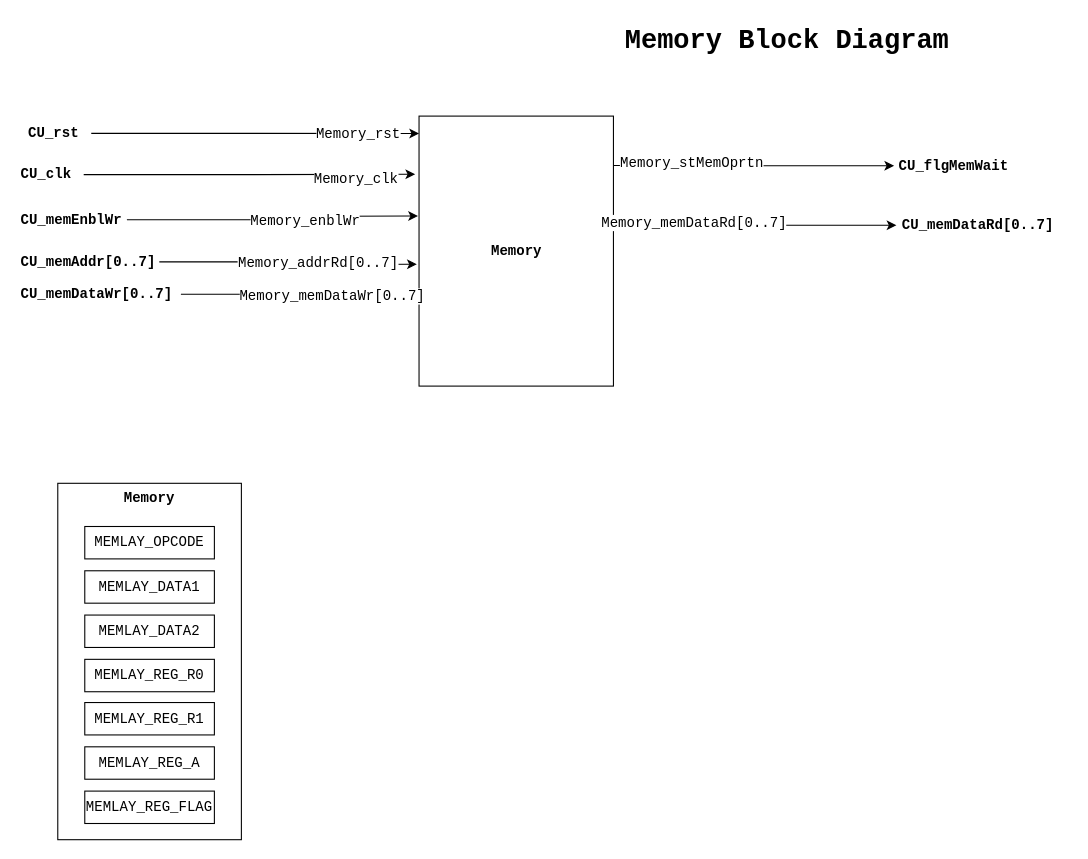
Before: page "Memory" (4 of 9) of 04_ControlUnit_v1/CPU_Design.drawio in Vichu95/Basic_CPU_FPGA, a draw.io diagram. Source tidied: cells renumbered, new cells numbered last; positions are measured from the earlier drawing's top-left corner, leaving out a move shared by most shapes. Both pictures are drawn from the tidied source at 108%, with x=0, y=0 at pixel (18, 18).
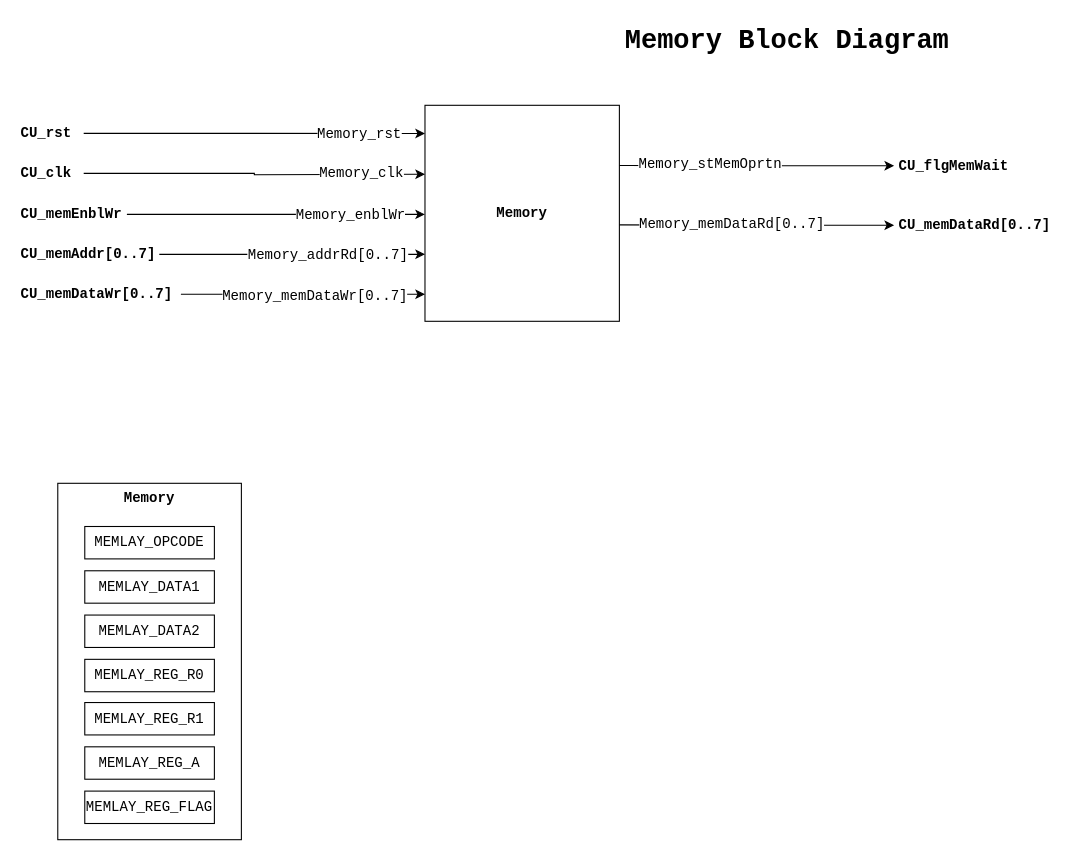
Above is the later version.

Unchanged cells that the change refers to:
```xml
<mxCell id="12" value="CU_memDataWr[0..7]" style="text;html=1;align=left;verticalAlign=middle;points=[];strokeColor=none;fillColor=none;fontStyle=1;labelBackgroundColor=none;fontColor=#000000;fontSize=13;fontFamily=Courier New;spacing=2;spacingRight=-13;fixDash=1;" parent="1" vertex="1">
  <mxGeometry y="240" width="150" height="30" as="geometry" />
</mxCell>
<mxCell id="24" value="CU_flgMemWait" style="text;html=1;align=left;verticalAlign=middle;points=[];strokeColor=none;fillColor=none;fontStyle=1;labelBackgroundColor=none;fontColor=#000000;fontSize=13;fontFamily=Courier New;spacingLeft=3;fixDash=1;" parent="1" vertex="1">
  <mxGeometry x="810.4" y="121" width="130" height="30" as="geometry" />
</mxCell>
```

What changed in the source:
```diff
@@
     <mxCell id="2" value="&lt;b&gt;&lt;font style=&quot;font-size: 13px;&quot;&gt;Memory&lt;/font&gt;&lt;/b&gt;" style="rounded=0;whiteSpace=wrap;html=1;fontFamily=Courier New;fontSize=11;" parent="1" vertex="1">
-      <mxGeometry x="370.5" y="90" width="180" height="250" as="geometry" />
+      <mxGeometry x="376" y="80" width="180" height="200" as="geometry" />
     </mxCell>
@@
-    <mxCell id="4" style="edgeStyle=orthogonalEdgeStyle;rounded=0;jettySize=auto;html=1;entryX=0;entryY=0.75;entryDx=0;entryDy=0;fontFamily=Courier New;fontSize=13;fontColor=#000000;startArrow=none;startFill=0;endArrow=classic;endFill=1;fixDash=1;" parent="1" edge="1" source="6">
+    <mxCell id="4" style="edgeStyle=orthogonalEdgeStyle;rounded=0;jettySize=auto;html=1;fontFamily=Courier New;fontSize=13;fontColor=#000000;startArrow=none;startFill=0;endArrow=classic;endFill=1;fixDash=1;" parent="1" edge="1" source="6">
       <mxGeometry relative="1" as="geometry">
-        <mxPoint x="369.5" y="182.5" as="targetPoint" />
+        <mxPoint x="376" y="181" as="targetPoint" />
       </mxGeometry>
     </mxCell>
     <mxCell id="5" value="Memory_enblWr" style="edgeLabel;html=1;align=center;verticalAlign=middle;fontSize=13;fontFamily=Courier New;fontColor=#000000;fixDash=1;" parent="4" vertex="1">
       <mxGeometry x="0.11" y="-4" relative="1" as="geometry">
-        <mxPoint x="16" as="offset" />
+        <mxPoint x="54" y="-4" as="offset" />
       </mxGeometry>
     </mxCell>
     <mxCell id="6" value="CU_memEnblWr" style="text;html=1;align=left;verticalAlign=middle;points=[];strokeColor=none;fillColor=none;fontStyle=1;labelBackgroundColor=none;fontColor=#000000;fontSize=13;fontFamily=Courier New;spacing=2;spacingRight=-13;fixDash=1;" parent="1" vertex="1">
-      <mxGeometry y="171" width="100" height="30" as="geometry" />
+      <mxGeometry y="166" width="100" height="30" as="geometry" />
     </mxCell>
-    <mxCell id="7" style="edgeStyle=orthogonalEdgeStyle;rounded=0;jettySize=auto;html=1;entryX=-0.006;entryY=0.821;entryDx=0;entryDy=0;entryPerimeter=0;fontFamily=Courier New;fontSize=13;fontColor=#000000;startArrow=none;startFill=0;endArrow=classic;endFill=1;fixDash=1;" parent="1" edge="1" source="9">
+    <mxCell id="7" style="edgeStyle=orthogonalEdgeStyle;rounded=0;jettySize=auto;html=1;fontFamily=Courier New;fontSize=13;fontColor=#000000;startArrow=none;startFill=0;endArrow=classic;endFill=1;fixDash=1;" parent="1" edge="1" source="9">
       <mxGeometry relative="1" as="geometry">
-        <mxPoint x="368.4" y="227.2" as="targetPoint" />
+        <mxPoint x="376" y="218" as="targetPoint" />
       </mxGeometry>
     </mxCell>
     <mxCell id="8" value="Memory_addrRd[0..7]" style="edgeLabel;html=1;align=center;verticalAlign=middle;fontFamily=Courier New;fontSize=13;" parent="7" vertex="1">
-      <mxGeometry x="0.24" y="2" relative="1" as="geometry" />
+      <mxGeometry x="0.24" y="2" relative="1" as="geometry">
+        <mxPoint x="3" y="2" as="offset" />
+      </mxGeometry>
     </mxCell>
     <mxCell id="9" value="CU_memAddr[0..7]" style="text;html=1;align=left;verticalAlign=middle;points=[];strokeColor=none;fillColor=none;fontStyle=1;labelBackgroundColor=none;fontColor=#000000;fontSize=13;fontFamily=Courier New;spacing=2;spacingRight=-13;fixDash=1;" parent="1" vertex="1">
-      <mxGeometry y="210" width="130" height="30" as="geometry" />
+      <mxGeometry y="203" width="130" height="30" as="geometry" />
     </mxCell>
     <mxCell id="10" style="edgeStyle=orthogonalEdgeStyle;rounded=0;jettySize=auto;html=1;entryX=-0.011;entryY=0.865;entryDx=0;entryDy=0;entryPerimeter=0;fontFamily=Courier New;fontSize=13;" parent="1" edge="1" source="12">
       <mxGeometry relative="1" as="geometry">
-        <mxPoint x="367.5" y="255" as="targetPoint" />
+        <mxPoint x="376" y="255" as="targetPoint" />
       </mxGeometry>
     </mxCell>
     <mxCell id="11" value="Memory_memDataWr[0..7]" style="edgeLabel;html=1;align=center;verticalAlign=middle;fontSize=13;fontFamily=Courier New;" parent="10" vertex="1">
-      <mxGeometry x="0.28" y="-1" relative="1" as="geometry" />
+      <mxGeometry x="0.28" y="-1" relative="1" as="geometry">
+        <mxPoint x="-21" as="offset" />
+      </mxGeometry>
     </mxCell>
@@
     <mxCell id="13" style="edgeStyle=orthogonalEdgeStyle;rounded=0;jettySize=auto;html=1;entryX=1.006;entryY=0.763;entryDx=0;entryDy=0;entryPerimeter=0;fontFamily=Courier New;fontSize=13;startArrow=classic;startFill=1;endArrow=none;endFill=0;" parent="1" edge="1" source="15">
       <mxGeometry relative="1" as="geometry">
-        <mxPoint x="552.6" y="190.7" as="targetPoint" />
+        <mxPoint x="556" y="190.7" as="targetPoint" />
       </mxGeometry>
     </mxCell>
     <mxCell id="14" value="Memory_memDataRd[0..7]" style="edgeLabel;html=1;align=center;verticalAlign=middle;fontSize=13;fontFamily=Courier New;" parent="13" vertex="1">
       <mxGeometry x="0.65" y="-2" relative="1" as="geometry">
-        <mxPoint x="27" as="offset" />
+        <mxPoint x="59" y="1" as="offset" />
       </mxGeometry>
     </mxCell>
     <mxCell id="15" value="CU_memDataRd[0..7]" style="text;html=1;align=left;verticalAlign=middle;points=[];strokeColor=none;fillColor=none;fontStyle=1;labelBackgroundColor=none;fontColor=#000000;fontSize=13;fontFamily=Courier New;spacingLeft=3;fixDash=1;" parent="1" vertex="1">
-      <mxGeometry x="812.5" y="176" width="160" height="30" as="geometry" />
+      <mxGeometry x="810.4" y="176" width="160" height="30" as="geometry" />
     </mxCell>
     <mxCell id="16" style="edgeStyle=orthogonalEdgeStyle;rounded=0;jettySize=auto;html=1;fontFamily=Courier New;fontSize=13;fontColor=#0000FF;entryX=0.007;entryY=0.019;entryDx=0;entryDy=0;entryPerimeter=0;" parent="1" edge="1" source="18">
       <mxGeometry relative="1" as="geometry">
-        <mxPoint x="370.5" y="106.1" as="targetPoint" />
+        <mxPoint x="376" y="106.1" as="targetPoint" />
       </mxGeometry>
     </mxCell>
     <mxCell id="17" value="Memory_rst" style="edgeLabel;html=1;align=center;verticalAlign=middle;fontSize=13;fontFamily=Courier New;fontColor=#000000;" parent="16" vertex="1">
       <mxGeometry x="0.68" relative="1" as="geometry">
-        <mxPoint x="-8" as="offset" />
+        <mxPoint x="-11" as="offset" />
       </mxGeometry>
     </mxCell>
     <mxCell id="18" value="CU_rst" style="text;html=1;align=left;verticalAlign=middle;points=[];strokeColor=none;fillColor=none;fontStyle=1;labelBackgroundColor=none;fontColor=#000000;fontSize=13;fontFamily=Courier New;spacing=2;spacingRight=-13;" parent="1" vertex="1">
-      <mxGeometry x="7" y="91" width="60" height="30" as="geometry" />
+      <mxGeometry y="91" width="60" height="30" as="geometry" />
     </mxCell>
     <mxCell id="19" style="edgeStyle=orthogonalEdgeStyle;rounded=0;jettySize=auto;html=1;entryX=-0.013;entryY=0.079;entryDx=0;entryDy=0;entryPerimeter=0;fontFamily=Courier New;fontSize=13;fontColor=#000000;" parent="1" edge="1" source="21">
       <mxGeometry relative="1" as="geometry">
-        <mxPoint x="366.9" y="143.8" as="targetPoint" />
+        <mxPoint x="376" y="143.8" as="targetPoint" />
       </mxGeometry>
     </mxCell>
     <mxCell id="20" value="Memory_clk" style="edgeLabel;html=1;align=center;verticalAlign=middle;fontSize=13;fontFamily=Courier New;fontColor=#000000;" parent="19" vertex="1">
       <mxGeometry x="0.67" y="-4" relative="1" as="geometry">
-        <mxPoint x="-4" as="offset" />
+        <mxPoint x="-7" y="-5" as="offset" />
       </mxGeometry>
     </mxCell>
     <mxCell id="21" value="CU_clk" style="text;html=1;align=left;verticalAlign=middle;points=[];strokeColor=none;fillColor=none;fontStyle=1;labelBackgroundColor=none;fontColor=#000000;fontSize=13;fontFamily=Courier New;spacing=2;spacingRight=-13;" parent="1" vertex="1">
-      <mxGeometry y="129.2" width="60" height="30" as="geometry" />
+      <mxGeometry y="128" width="60" height="30" as="geometry" />
     </mxCell>
     <mxCell id="22" style="edgeStyle=orthogonalEdgeStyle;rounded=0;jettySize=auto;html=1;entryX=1.006;entryY=0.763;entryDx=0;entryDy=0;entryPerimeter=0;fontFamily=Courier New;fontSize=13;startArrow=classic;startFill=1;endArrow=none;endFill=0;" parent="1" edge="1" source="24">
       <mxGeometry relative="1" as="geometry">
-        <mxPoint x="550.5" y="135.7" as="targetPoint" />
+        <mxPoint x="556" y="135.7" as="targetPoint" />
       </mxGeometry>
     </mxCell>
     <mxCell id="23" value="Memory_stMemOprtn" style="edgeLabel;html=1;align=center;verticalAlign=middle;fontSize=13;fontFamily=Courier New;" parent="22" vertex="1">
       <mxGeometry x="0.65" y="-2" relative="1" as="geometry">
-        <mxPoint x="27" as="offset" />
+        <mxPoint x="39" y="1" as="offset" />
       </mxGeometry>
     </mxCell>
```
